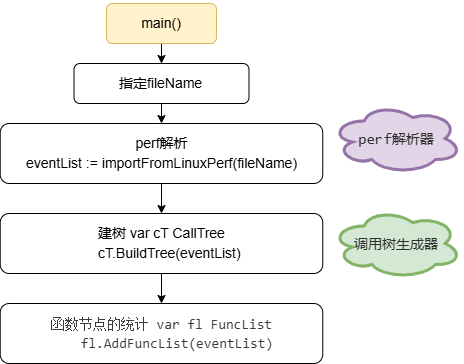
Before: main_ui.drawio.png, a diagram exported from draw.io (Dong-J93/os_pic2024). Source tidied: cells renumbered, new cells last; positions are measured from the earlier drawing's top-left corner, leaving out a move shared by most shapes.
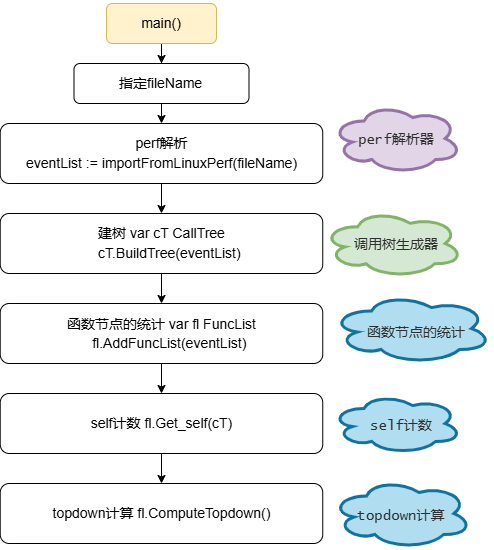
After the change.

The edit, as a diff of the source:
```diff
@@ -33,13 +33,43 @@
       <mxGeometry x="-0.3" y="210" width="322.5" height="60" as="geometry" />
     </mxCell>
     <mxCell id="12" value="&lt;span style=&quot;color: rgba(0, 0, 0, 0); font-family: monospace; font-size: 0px; text-align: start; text-wrap: nowrap;&quot;&gt;%3CmxGraphModel%3E%3Croot%3E%3CmxCell%20id%3D%220%22%2F%3E%3CmxCell%20id%3D%221%22%20parent%3D%220%22%2F%3E%3CmxCell%20id%3D%222%22%20value%3D%22%22%20style%3D%22ellipse%3Bshape%3Dcloud%3BwhiteSpace%3Dwrap%3Bhtml%3D1%3BfillColor%3Dnone%3B%22%20vertex%3D%221%22%20parent%3D%221%22%3E%3CmxGeometry%20x%3D%22330%22%20y%3D%22517%22%20width%3D%22250%22%20height%3D%22120%22%20as%3D%22geometry%22%2F%3E%3C%2FmxCell%3E%3C%2Froot%3E%3C%2FmxGraphModel%3E&lt;/span&gt;" style="ellipse;shape=cloud;whiteSpace=wrap;html=1;fillColor=#d5e8d4;strokeColor=#82b366;strokeWidth=3;" parent="1" vertex="1">
-      <mxGeometry x="331" y="205" width="130" height="70" as="geometry" />
+      <mxGeometry x="322.2" y="206.2" width="140" height="67.5" as="geometry" />
     </mxCell>
     <mxCell id="13" value="&lt;font face=&quot;Lucida Console&quot; color=&quot;#2e2e2e&quot;&gt;&lt;span style=&quot;font-size: 14px;&quot;&gt;调用树生成器&lt;/span&gt;&lt;/font&gt;" style="text;html=1;align=center;verticalAlign=middle;whiteSpace=wrap;rounded=0;fontColor=#1F1F1F;" parent="1" vertex="1">
       <mxGeometry x="341" y="225" width="110" height="34" as="geometry" />
     </mxCell>
+    <mxCell id="15" style="edgeStyle=orthogonalEdgeStyle;rounded=0;jettySize=auto;html=1;" parent="1" edge="1" source="14" target="17">
+      <mxGeometry relative="1" as="geometry" />
+    </mxCell>
-    <mxCell id="14" value="&lt;div style=&quot;color: rgb(59, 59, 59); background-color: rgb(255, 255, 255); font-family: Consolas, &amp;quot;Courier New&amp;quot;, monospace; font-size: 14px; line-height: 19px; white-space: pre;&quot;&gt;&lt;div&gt;函数节点的统计 var fl FuncList&lt;/div&gt;&lt;div&gt;&amp;nbsp; &amp;nbsp; fl.AddFuncList(eventList)&lt;/div&gt;&lt;/div&gt;" style="rounded=1;whiteSpace=wrap;html=1;" parent="1" vertex="1">
+    <mxCell id="14" value="&lt;div style=&quot;font-size: 14px; line-height: 19px; white-space: pre;&quot;&gt;&lt;pre style=&quot;&quot;&gt;&lt;font face=&quot;Helvetica&quot;&gt;函数节点的统计 var fl FuncList&lt;br&gt;&amp;nbsp; &amp;nbsp; fl.AddFuncList(eventList)&lt;/font&gt;&lt;/pre&gt;&lt;/div&gt;" style="rounded=1;whiteSpace=wrap;html=1;" parent="1" vertex="1">
       <mxGeometry x="-0.3" y="300" width="322.5" height="60" as="geometry" />
     </mxCell>
+    <mxCell id="16" style="edgeStyle=orthogonalEdgeStyle;rounded=0;jettySize=auto;html=1;" parent="1" edge="1" source="17" target="22">
+      <mxGeometry relative="1" as="geometry" />
+    </mxCell>
+    <mxCell id="17" value="&lt;div style=&quot;font-size: 14px; line-height: 19px; white-space: pre;&quot;&gt;&lt;pre style=&quot;&quot;&gt;&lt;font face=&quot;Helvetica&quot;&gt;self计数 fl.Get_self(cT)&lt;/font&gt;&lt;/pre&gt;&lt;/div&gt;" style="rounded=1;whiteSpace=wrap;html=1;" parent="1" vertex="1">
+      <mxGeometry x="-0.3" y="390" width="322.5" height="60" as="geometry" />
+    </mxCell>
+    <mxCell id="18" value="&lt;span style=&quot;color: rgba(0, 0, 0, 0); font-family: monospace; font-size: 0px; text-align: start; text-wrap: nowrap;&quot;&gt;%3CmxGraphModel%3E%3Croot%3E%3CmxCell%20id%3D%220%22%2F%3E%3CmxCell%20id%3D%221%22%20parent%3D%220%22%2F%3E%3CmxCell%20id%3D%222%22%20value%3D%22%22%20style%3D%22ellipse%3Bshape%3Dcloud%3BwhiteSpace%3Dwrap%3Bhtml%3D1%3BfillColor%3Dnone%3B%22%20vertex%3D%221%22%20parent%3D%221%22%3E%3CmxGeometry%20x%3D%22330%22%20y%3D%22517%22%20width%3D%22250%22%20height%3D%22120%22%20as%3D%22geometry%22%2F%3E%3C%2FmxCell%3E%3C%2Froot%3E%3C%2FmxGraphModel%3E&lt;/span&gt;" style="ellipse;shape=cloud;whiteSpace=wrap;html=1;fillColor=#b1ddf0;strokeColor=#10739e;strokeWidth=3;" parent="1" vertex="1">
+      <mxGeometry x="331" y="290" width="160" height="70" as="geometry" />
+    </mxCell>
+    <mxCell id="19" value="&lt;font face=&quot;Lucida Console&quot; color=&quot;#2e2e2e&quot;&gt;&lt;span style=&quot;font-size: 14px;&quot;&gt;函数节点的统计&lt;/span&gt;&lt;/font&gt;" style="text;html=1;align=center;verticalAlign=middle;whiteSpace=wrap;rounded=0;fontColor=#1F1F1F;" parent="1" vertex="1">
+      <mxGeometry x="361" y="313" width="110" height="34" as="geometry" />
+    </mxCell>
+    <mxCell id="20" value="&lt;span style=&quot;color: rgba(0, 0, 0, 0); font-family: monospace; font-size: 0px; text-align: start; text-wrap: nowrap;&quot;&gt;%3CmxGraphModel%3E%3Croot%3E%3CmxCell%20id%3D%220%22%2F%3E%3CmxCell%20id%3D%221%22%20parent%3D%220%22%2F%3E%3CmxCell%20id%3D%222%22%20value%3D%22%22%20style%3D%22ellipse%3Bshape%3Dcloud%3BwhiteSpace%3Dwrap%3Bhtml%3D1%3BfillColor%3Dnone%3B%22%20vertex%3D%221%22%20parent%3D%221%22%3E%3CmxGeometry%20x%3D%22330%22%20y%3D%22517%22%20width%3D%22250%22%20height%3D%22120%22%20as%3D%22geometry%22%2F%3E%3C%2FmxCell%3E%3C%2Froot%3E%3C%2FmxGraphModel%3E&lt;/span&gt;" style="ellipse;shape=cloud;whiteSpace=wrap;html=1;fillColor=#b1ddf0;strokeColor=#10739e;strokeWidth=3;" parent="1" vertex="1">
+      <mxGeometry x="331" y="390" width="130" height="60" as="geometry" />
+    </mxCell>
+    <mxCell id="21" value="&lt;font face=&quot;Lucida Console&quot; color=&quot;#2e2e2e&quot;&gt;&lt;span style=&quot;font-size: 14px;&quot;&gt;self计数&lt;/span&gt;&lt;/font&gt;" style="text;html=1;align=center;verticalAlign=middle;whiteSpace=wrap;rounded=0;fontColor=#1F1F1F;" parent="1" vertex="1">
+      <mxGeometry x="346" y="405.5" width="110" height="34" as="geometry" />
+    </mxCell>
+    <mxCell id="22" value="&lt;div style=&quot;font-size: 14px; line-height: 19px; white-space: pre;&quot;&gt;&lt;pre style=&quot;&quot;&gt;&lt;font face=&quot;Helvetica&quot;&gt;topdown计算 fl.ComputeTopdown()&lt;/font&gt;&lt;/pre&gt;&lt;/div&gt;" style="rounded=1;whiteSpace=wrap;html=1;" parent="1" vertex="1">
+      <mxGeometry x="-0.3" y="480" width="322.5" height="60" as="geometry" />
+    </mxCell>
+    <mxCell id="23" value="&lt;span style=&quot;color: rgba(0, 0, 0, 0); font-family: monospace; font-size: 0px; text-align: start; text-wrap: nowrap;&quot;&gt;%3CmxGraphModel%3E%3Croot%3E%3CmxCell%20id%3D%220%22%2F%3E%3CmxCell%20id%3D%221%22%20parent%3D%220%22%2F%3E%3CmxCell%20id%3D%222%22%20value%3D%22%22%20style%3D%22ellipse%3Bshape%3Dcloud%3BwhiteSpace%3Dwrap%3Bhtml%3D1%3BfillColor%3Dnone%3B%22%20vertex%3D%221%22%20parent%3D%221%22%3E%3CmxGeometry%20x%3D%22330%22%20y%3D%22517%22%20width%3D%22250%22%20height%3D%22120%22%20as%3D%22geometry%22%2F%3E%3C%2FmxCell%3E%3C%2Froot%3E%3C%2FmxGraphModel%3E&lt;/span&gt;" style="ellipse;shape=cloud;whiteSpace=wrap;html=1;fillColor=#b1ddf0;strokeColor=#10739e;strokeWidth=3;" parent="1" vertex="1">
+      <mxGeometry x="331" y="475" width="140" height="70" as="geometry" />
+    </mxCell>
+    <mxCell id="24" value="&lt;font face=&quot;Lucida Console&quot; color=&quot;#2e2e2e&quot;&gt;&lt;span style=&quot;font-size: 14px;&quot;&gt;topdown计算&lt;/span&gt;&lt;/font&gt;" style="text;html=1;align=center;verticalAlign=middle;whiteSpace=wrap;rounded=0;fontColor=#1F1F1F;" parent="1" vertex="1">
+      <mxGeometry x="346" y="495.5" width="110" height="34.5" as="geometry" />
+    </mxCell>
   </root>
 </mxGraphModel>
```
